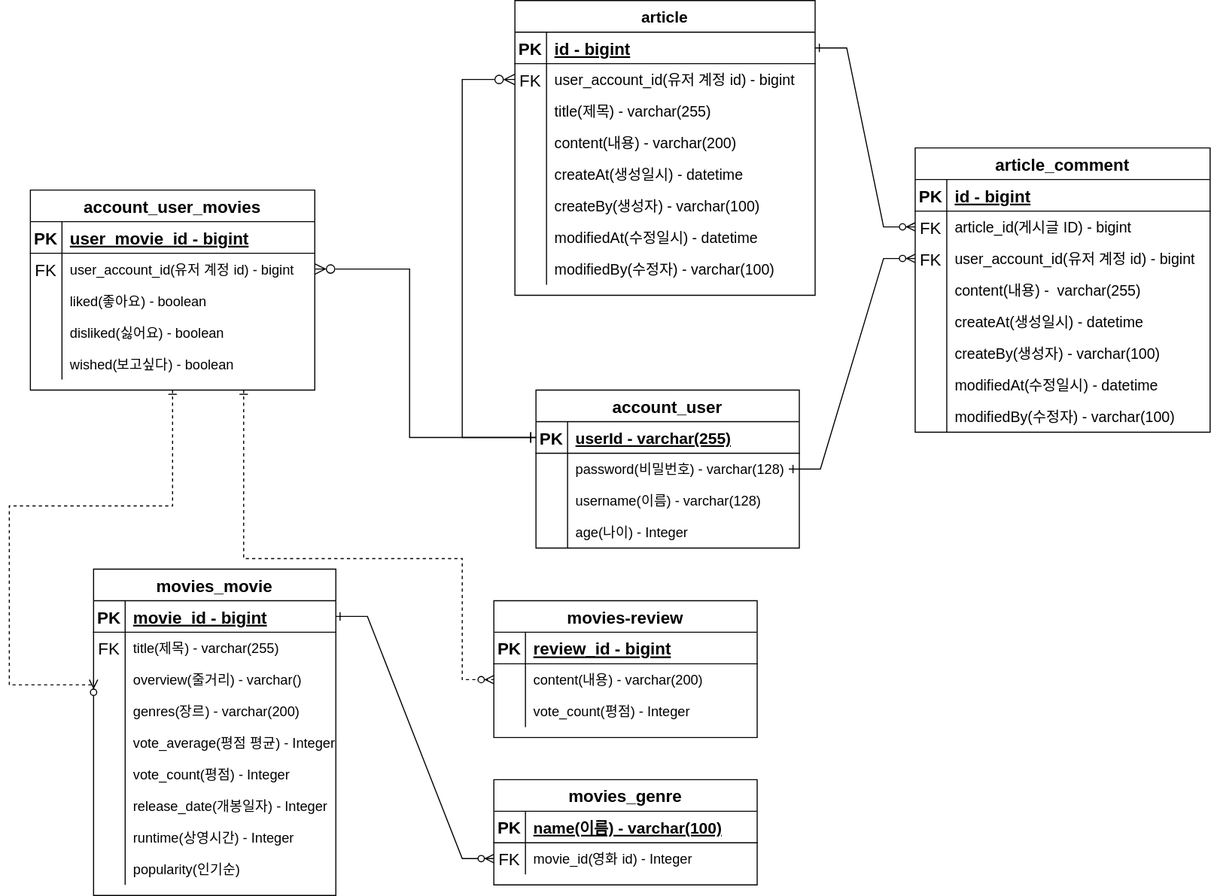
Before: document/movie-review-erd.svg, a diagram exported from draw.io (noeseungmin/heloay). Source tidied: cells renumbered, new cells last; positions are measured from the earlier drawing's top-left corner, leaving out a move shared by most shapes.
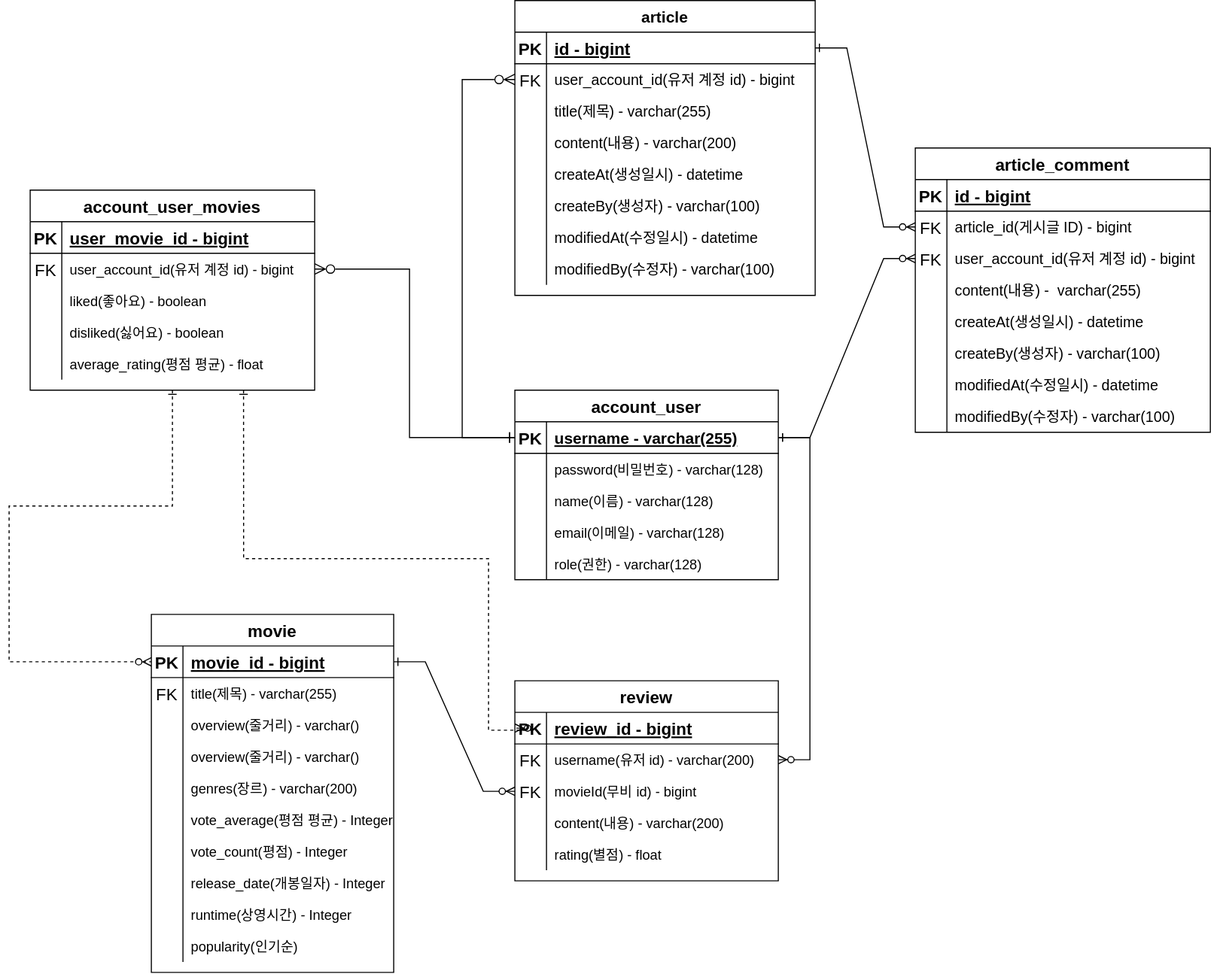
The same diagram one commit later.

Diff of the diagram source:
```diff
@@ -4,3 +4,3 @@
     <mxCell id="1" parent="0" />
-    <mxCell id="2" style="edgeStyle=orthogonalEdgeStyle;endArrow=ERzeroToMany;startArrow=ERone;endFill=1;startFill=0;rounded=0;fontSize=12;exitX=0.75;exitY=1;exitDx=0;exitDy=0;entryX=0;entryY=0.5;entryDx=0;entryDy=0;dashed=1;" parent="1" edge="1" source="115" target="35">
+    <mxCell id="2" style="edgeStyle=orthogonalEdgeStyle;endArrow=ERzeroToMany;startArrow=ERone;endFill=1;startFill=0;rounded=0;fontSize=12;exitX=0.75;exitY=1;exitDx=0;exitDy=0;dashed=1;entryX=0;entryY=0.5;entryDx=0;entryDy=0;" parent="1" edge="1" source="115" target="32">
       <mxGeometry relative="1" as="geometry">
@@ -8,4 +8,6 @@
           <mxPoint x="223" y="530" />
-          <mxPoint x="430" y="530" />
-          <mxPoint x="430" y="645" />
+          <mxPoint x="455" y="530" />
+          <mxPoint x="455" y="693" />
+          <mxPoint x="500" y="693" />
+          <mxPoint x="500" y="691" />
         </Array>
@@ -13,4 +15,4 @@
     </mxCell>
-    <mxCell id="3" value="movies_movie" style="shape=table;startSize=30;rowLines=0;fontStyle=1;align=center;fontSize=16;" parent="1" vertex="1">
-      <mxGeometry x="80" y="540" width="230" height="310" as="geometry" />
+    <mxCell id="3" value="movie" style="shape=table;startSize=30;rowLines=0;fontStyle=1;align=center;fontSize=16;" parent="1" vertex="1">
+      <mxGeometry x="135" y="583" width="230" height="340" as="geometry" />
     </mxCell>
@@ -34,4 +36,13 @@
     </mxCell>
+    <mxCell id="133" style="shape=partialRectangle;fillColor=none;top=0;left=0;right=0;bottom=0;fontSize=16;" parent="3" vertex="1">
+      <mxGeometry y="90" width="230" height="30" as="geometry" />
+    </mxCell>
+    <mxCell id="134" style="shape=partialRectangle;overflow=hidden;fillColor=none;top=0;left=0;bottom=0;right=0;fontSize=16;" parent="133" vertex="1">
+      <mxGeometry width="30" height="30" as="geometry" />
+    </mxCell>
+    <mxCell id="135" value="overview(줄거리) - varchar()" style="shape=partialRectangle;overflow=hidden;fillColor=none;top=0;left=0;bottom=0;right=0;align=left;spacingLeft=6;fontSize=13;" parent="133" vertex="1">
+      <mxGeometry x="30" width="200" height="30" as="geometry" />
+    </mxCell>
     <mxCell id="10" style="shape=partialRectangle;fillColor=none;points=[[0,0.5],[1,0.5]];portConstraint=eastwest;top=0;left=0;right=0;bottom=0;fontSize=16;" parent="3" vertex="1">
-      <mxGeometry y="90" width="230" height="30" as="geometry" />
+      <mxGeometry y="120" width="230" height="30" as="geometry" />
     </mxCell>
@@ -44,3 +55,3 @@
     <mxCell id="13" style="shape=partialRectangle;fillColor=none;top=0;left=0;right=0;bottom=0;fontSize=16;" parent="3" vertex="1">
-      <mxGeometry y="120" width="230" height="30" as="geometry" />
+      <mxGeometry y="150" width="230" height="30" as="geometry" />
     </mxCell>
@@ -53,3 +64,3 @@
     <mxCell id="16" style="shape=partialRectangle;fillColor=none;top=0;left=0;right=0;bottom=0;fontSize=16;" parent="3" vertex="1">
-      <mxGeometry y="150" width="230" height="30" as="geometry" />
+      <mxGeometry y="180" width="230" height="30" as="geometry" />
     </mxCell>
@@ -62,3 +73,3 @@
     <mxCell id="19" style="shape=partialRectangle;fillColor=none;top=0;left=0;right=0;bottom=0;fontSize=16;" parent="3" vertex="1">
-      <mxGeometry y="180" width="230" height="30" as="geometry" />
+      <mxGeometry y="210" width="230" height="30" as="geometry" />
     </mxCell>
@@ -71,3 +82,3 @@
     <mxCell id="22" style="shape=partialRectangle;fillColor=none;top=0;left=0;right=0;bottom=0;fontSize=16;" parent="3" vertex="1">
-      <mxGeometry y="210" width="230" height="30" as="geometry" />
+      <mxGeometry y="240" width="230" height="30" as="geometry" />
     </mxCell>
@@ -80,3 +91,3 @@
     <mxCell id="25" style="shape=partialRectangle;fillColor=none;top=0;left=0;right=0;bottom=0;fontSize=16;" parent="3" vertex="1">
-      <mxGeometry y="240" width="230" height="30" as="geometry" />
+      <mxGeometry y="270" width="230" height="30" as="geometry" />
     </mxCell>
@@ -89,3 +100,3 @@
     <mxCell id="28" style="shape=partialRectangle;fillColor=none;top=0;left=0;right=0;bottom=0;fontSize=16;" parent="3" vertex="1">
-      <mxGeometry y="270" width="230" height="30" as="geometry" />
+      <mxGeometry y="300" width="230" height="30" as="geometry" />
     </mxCell>
@@ -97,4 +108,4 @@
     </mxCell>
-    <mxCell id="31" value="movies-review" style="shape=table;startSize=30;rowLines=0;fontStyle=1;align=center;fontSize=16;" parent="1" vertex="1">
-      <mxGeometry x="460" y="570" width="250" height="130" as="geometry" />
+    <mxCell id="31" value="review" style="shape=table;startSize=30;rowLines=0;fontStyle=1;align=center;fontSize=16;" parent="1" vertex="1">
+      <mxGeometry x="480" y="646" width="250" height="190" as="geometry" />
     </mxCell>
@@ -112,6 +123,6 @@
     </mxCell>
-    <mxCell id="36" style="shape=partialRectangle;overflow=hidden;fillColor=none;top=0;left=0;bottom=0;right=0;fontSize=16;" parent="35" vertex="1">
+    <mxCell id="36" value="FK" style="shape=partialRectangle;overflow=hidden;fillColor=none;top=0;left=0;bottom=0;right=0;fontSize=16;" parent="35" vertex="1">
       <mxGeometry width="30" height="30" as="geometry" />
     </mxCell>
-    <mxCell id="37" value="content(내용) - varchar(200)" style="shape=partialRectangle;overflow=hidden;fillColor=none;top=0;left=0;bottom=0;right=0;align=left;spacingLeft=6;fontSize=13;" parent="35" vertex="1">
+    <mxCell id="37" value="username(유저 id) - varchar(200)" style="shape=partialRectangle;overflow=hidden;fillColor=none;top=0;left=0;bottom=0;right=0;align=left;spacingLeft=6;fontSize=13;" parent="35" vertex="1">
       <mxGeometry x="30" width="220" height="30" as="geometry" />
@@ -121,10 +132,28 @@
     </mxCell>
-    <mxCell id="39" style="shape=partialRectangle;overflow=hidden;fillColor=none;top=0;left=0;bottom=0;right=0;fontSize=16;" parent="38" vertex="1">
-      <mxGeometry width="30" height="30" as="geometry" />
-    </mxCell>
-    <mxCell id="40" value="vote_count(평점) - Integer" style="shape=partialRectangle;overflow=hidden;fillColor=none;top=0;left=0;bottom=0;right=0;align=left;spacingLeft=6;fontSize=13;" parent="38" vertex="1">
-      <mxGeometry x="30" width="220" height="30" as="geometry" />
-    </mxCell>
+    <mxCell id="59" value="FK" style="shape=partialRectangle;overflow=hidden;fillColor=none;top=0;left=0;bottom=0;right=0;fontSize=16;" parent="38" vertex="1">
+      <mxGeometry width="30" height="30" as="geometry" />
+    </mxCell>
+    <mxCell id="136" value="movieId(무비 id) - bigint" style="shape=partialRectangle;overflow=hidden;fillColor=none;top=0;left=0;bottom=0;right=0;align=left;spacingLeft=6;fontSize=13;" parent="38" vertex="1">
+      <mxGeometry x="30" width="220" height="30" as="geometry" />
+    </mxCell>
+    <mxCell id="137" style="shape=partialRectangle;fillColor=none;top=0;left=0;right=0;bottom=0;fontSize=16;" parent="31" vertex="1">
+      <mxGeometry y="120" width="250" height="30" as="geometry" />
+    </mxCell>
+    <mxCell id="138" style="shape=partialRectangle;overflow=hidden;fillColor=none;top=0;left=0;bottom=0;right=0;fontSize=16;" parent="137" vertex="1">
+      <mxGeometry width="30" height="30" as="geometry" />
+    </mxCell>
+    <mxCell id="139" value="content(내용) - varchar(200)" style="shape=partialRectangle;overflow=hidden;fillColor=none;top=0;left=0;bottom=0;right=0;align=left;spacingLeft=6;fontSize=13;" parent="137" vertex="1">
+      <mxGeometry x="30" width="220" height="30" as="geometry" />
+    </mxCell>
+    <mxCell id="140" style="shape=partialRectangle;fillColor=none;top=0;left=0;right=0;bottom=0;fontSize=16;" parent="31" vertex="1">
+      <mxGeometry y="150" width="250" height="30" as="geometry" />
+    </mxCell>
+    <mxCell id="141" style="shape=partialRectangle;overflow=hidden;fillColor=none;top=0;left=0;bottom=0;right=0;fontSize=16;" parent="140" vertex="1">
+      <mxGeometry width="30" height="30" as="geometry" />
+    </mxCell>
+    <mxCell id="142" value="rating(별점) - float" style="shape=partialRectangle;overflow=hidden;fillColor=none;top=0;left=0;bottom=0;right=0;align=left;spacingLeft=6;fontSize=13;" parent="140" vertex="1">
+      <mxGeometry x="30" width="220" height="30" as="geometry" />
+    </mxCell>
     <mxCell id="41" value="account_user" style="shape=table;startSize=30;rowLines=0;fontStyle=1;align=center;fontSize=16;" parent="1" vertex="1">
-      <mxGeometry x="500" y="370" width="250" height="150" as="geometry" />
+      <mxGeometry x="480" y="370" width="250" height="180" as="geometry" />
     </mxCell>
@@ -136,3 +165,3 @@
     </mxCell>
-    <mxCell id="44" value="userId - varchar(255)" style="shape=partialRectangle;overflow=hidden;fillColor=none;top=0;left=0;bottom=0;right=0;align=left;spacingLeft=6;fontStyle=5;fontSize=15;" parent="42" vertex="1">
+    <mxCell id="44" value="username - varchar(255)" style="shape=partialRectangle;overflow=hidden;fillColor=none;top=0;left=0;bottom=0;right=0;align=left;spacingLeft=6;fontStyle=5;fontSize=15;" parent="42" vertex="1">
       <mxGeometry x="30" width="220" height="30" as="geometry" />
@@ -154,35 +183,23 @@
     </mxCell>
-    <mxCell id="50" value="username(이름) - varchar(128)" style="shape=partialRectangle;overflow=hidden;fillColor=none;top=0;left=0;bottom=0;right=0;align=left;spacingLeft=6;fontSize=13;" parent="48" vertex="1">
+    <mxCell id="50" value="name(이름) - varchar(128)" style="shape=partialRectangle;overflow=hidden;fillColor=none;top=0;left=0;bottom=0;right=0;align=left;spacingLeft=6;fontSize=13;" parent="48" vertex="1">
       <mxGeometry x="30" width="220" height="30" as="geometry" />
     </mxCell>
-    <mxCell id="51" style="shape=partialRectangle;fillColor=none;top=0;left=0;right=0;bottom=0;fontSize=16;" parent="41" vertex="1">
-      <mxGeometry y="120" width="250" height="30" as="geometry" />
-    </mxCell>
-    <mxCell id="52" style="shape=partialRectangle;overflow=hidden;fillColor=none;top=0;left=0;bottom=0;right=0;fontSize=16;" parent="51" vertex="1">
-      <mxGeometry width="30" height="30" as="geometry" />
-    </mxCell>
-    <mxCell id="53" value="age(나이) - Integer" style="shape=partialRectangle;overflow=hidden;fillColor=none;top=0;left=0;bottom=0;right=0;align=left;spacingLeft=6;fontSize=13;" parent="51" vertex="1">
-      <mxGeometry x="30" width="220" height="30" as="geometry" />
-    </mxCell>
-    <mxCell id="54" value="movies_genre" style="shape=table;startSize=30;rowLines=0;fontStyle=1;align=center;fontSize=16;" parent="1" vertex="1">
-      <mxGeometry x="460" y="740" width="250" height="100" as="geometry" />
-    </mxCell>
-    <mxCell id="55" style="shape=partialRectangle;fillColor=none;top=0;left=0;right=0;bottom=1;fontSize=16;" parent="54" vertex="1">
-      <mxGeometry y="30" width="250" height="30" as="geometry" />
-    </mxCell>
-    <mxCell id="56" value="PK" style="shape=partialRectangle;overflow=hidden;fillColor=none;top=0;left=0;bottom=0;right=0;fontStyle=1;fontSize=16;" parent="55" vertex="1">
-      <mxGeometry width="30" height="30" as="geometry" />
-    </mxCell>
-    <mxCell id="57" value="name(이름) - varchar(100)" style="shape=partialRectangle;overflow=hidden;fillColor=none;top=0;left=0;bottom=0;right=0;align=left;spacingLeft=6;fontStyle=5;fontSize=15;" parent="55" vertex="1">
-      <mxGeometry x="30" width="220" height="30" as="geometry" />
-    </mxCell>
-    <mxCell id="58" style="shape=partialRectangle;fillColor=none;points=[[0,0.5],[1,0.5]];portConstraint=eastwest;top=0;left=0;right=0;bottom=0;fontSize=16;" parent="54" vertex="1">
-      <mxGeometry y="60" width="250" height="30" as="geometry" />
-    </mxCell>
-    <mxCell id="59" value="FK" style="shape=partialRectangle;overflow=hidden;fillColor=none;top=0;left=0;bottom=0;right=0;fontSize=16;" parent="58" vertex="1">
-      <mxGeometry width="30" height="30" as="geometry" />
-    </mxCell>
-    <mxCell id="60" value="movie_id(영화 id) - Integer " style="shape=partialRectangle;overflow=hidden;fillColor=none;top=0;left=0;bottom=0;right=0;align=left;spacingLeft=6;fontSize=13;" parent="58" vertex="1">
-      <mxGeometry x="30" width="220" height="30" as="geometry" />
-    </mxCell>
+    <mxCell id="143" style="shape=partialRectangle;fillColor=none;top=0;left=0;right=0;bottom=0;fontSize=16;" parent="41" vertex="1">
+      <mxGeometry y="120" width="250" height="30" as="geometry" />
+    </mxCell>
+    <mxCell id="144" style="shape=partialRectangle;overflow=hidden;fillColor=none;top=0;left=0;bottom=0;right=0;fontSize=16;" parent="143" vertex="1">
+      <mxGeometry width="30" height="30" as="geometry" />
+    </mxCell>
+    <mxCell id="145" value="email(이메일) - varchar(128)" style="shape=partialRectangle;overflow=hidden;fillColor=none;top=0;left=0;bottom=0;right=0;align=left;spacingLeft=6;fontSize=13;" parent="143" vertex="1">
+      <mxGeometry x="30" width="220" height="30" as="geometry" />
+    </mxCell>
+    <mxCell id="146" style="shape=partialRectangle;fillColor=none;top=0;left=0;right=0;bottom=0;fontSize=16;" parent="41" vertex="1">
+      <mxGeometry y="150" width="250" height="30" as="geometry" />
+    </mxCell>
+    <mxCell id="147" style="shape=partialRectangle;overflow=hidden;fillColor=none;top=0;left=0;bottom=0;right=0;fontSize=16;" parent="146" vertex="1">
+      <mxGeometry width="30" height="30" as="geometry" />
+    </mxCell>
+    <mxCell id="148" value="role(권한) - varchar(128)" style="shape=partialRectangle;overflow=hidden;fillColor=none;top=0;left=0;bottom=0;right=0;align=left;spacingLeft=6;fontSize=13;" parent="146" vertex="1">
+      <mxGeometry x="30" width="220" height="30" as="geometry" />
+    </mxCell>
     <mxCell id="61" value="article" style="shape=table;startSize=30;rowLines=0;fontStyle=1;align=center;fontSize=15;" parent="1" vertex="1">
@@ -340,6 +357,4 @@
     </mxCell>
-    <mxCell id="112" style="edgeStyle=entityRelationEdgeStyle;endArrow=ERzeroToMany;startArrow=ERone;endFill=1;startFill=0;rounded=0;fontSize=12;entryX=0;entryY=0.5;entryDx=0;entryDy=0;exitX=1;exitY=0.5;exitDx=0;exitDy=0;" parent="1" edge="1" target="93">
-      <mxGeometry relative="1" as="geometry">
-        <mxPoint x="740" y="445" as="sourcePoint" />
-      </mxGeometry>
+    <mxCell id="112" style="edgeStyle=entityRelationEdgeStyle;endArrow=ERzeroToMany;startArrow=ERone;endFill=1;startFill=0;rounded=0;fontSize=12;entryX=0;entryY=0.5;entryDx=0;entryDy=0;exitX=1;exitY=0.5;exitDx=0;exitDy=0;" parent="1" edge="1" source="42" target="93">
+      <mxGeometry relative="1" as="geometry" />
     </mxCell>
@@ -353,5 +368,2 @@
     </mxCell>
-    <mxCell id="114" style="edgeStyle=entityRelationEdgeStyle;endArrow=ERzeroToMany;startArrow=ERone;endFill=1;startFill=0;rounded=0;fontSize=12;entryX=0;entryY=0.5;entryDx=0;entryDy=0;exitX=1;exitY=0.5;exitDx=0;exitDy=0;" parent="1" edge="1" source="4" target="58">
-      <mxGeometry relative="1" as="geometry" />
-    </mxCell>
     <mxCell id="115" value="account_user_movies" style="shape=table;startSize=30;rowLines=0;fontStyle=1;align=center;fontSize=16;" parent="1" vertex="1">
@@ -401,3 +413,3 @@
     </mxCell>
-    <mxCell id="130" value="wished(보고싶다) - boolean" style="shape=partialRectangle;overflow=hidden;fillColor=none;top=0;left=0;bottom=0;right=0;align=left;spacingLeft=6;fontSize=13;" parent="128" vertex="1">
+    <mxCell id="130" value="average_rating(평점 평균) - float" style="shape=partialRectangle;overflow=hidden;fillColor=none;top=0;left=0;bottom=0;right=0;align=left;spacingLeft=6;fontSize=13;" parent="128" vertex="1">
       <mxGeometry x="30" width="240" height="30" as="geometry" />
@@ -412,3 +424,3 @@
     </mxCell>
-    <mxCell id="132" style="edgeStyle=orthogonalEdgeStyle;endArrow=ERzeroToMany;startArrow=ERone;endFill=1;startFill=0;rounded=0;fontSize=12;exitX=0.5;exitY=1;exitDx=0;exitDy=0;entryX=0;entryY=0.5;entryDx=0;entryDy=0;dashed=1;" parent="1" edge="1" source="115" target="10">
+    <mxCell id="132" style="edgeStyle=orthogonalEdgeStyle;endArrow=ERzeroToMany;startArrow=ERone;endFill=1;startFill=0;rounded=0;fontSize=12;exitX=0.5;exitY=1;exitDx=0;exitDy=0;entryX=0;entryY=0.5;entryDx=0;entryDy=0;dashed=1;" parent="1" edge="1" source="115" target="4">
       <mxGeometry relative="1" as="geometry">
@@ -417,4 +429,3 @@
           <mxPoint y="480" />
-          <mxPoint y="650" />
-          <mxPoint x="80" y="650" />
+          <mxPoint y="628" />
         </Array>
@@ -422,2 +433,8 @@
     </mxCell>
+    <mxCell id="149" style="edgeStyle=entityRelationEdgeStyle;endArrow=ERzeroToMany;startArrow=ERone;endFill=1;startFill=0;rounded=0;fontSize=12;entryX=1;entryY=0.5;entryDx=0;entryDy=0;exitX=1;exitY=0.5;exitDx=0;exitDy=0;" parent="1" edge="1" source="42" target="35">
+      <mxGeometry relative="1" as="geometry" />
+    </mxCell>
+    <mxCell id="150" style="edgeStyle=entityRelationEdgeStyle;endArrow=ERzeroToMany;startArrow=ERone;endFill=1;startFill=0;rounded=0;fontSize=12;entryX=0;entryY=0.5;entryDx=0;entryDy=0;exitX=1;exitY=0.5;exitDx=0;exitDy=0;" parent="1" edge="1" source="4" target="38">
+      <mxGeometry relative="1" as="geometry" />
+    </mxCell>
   </root>
```
